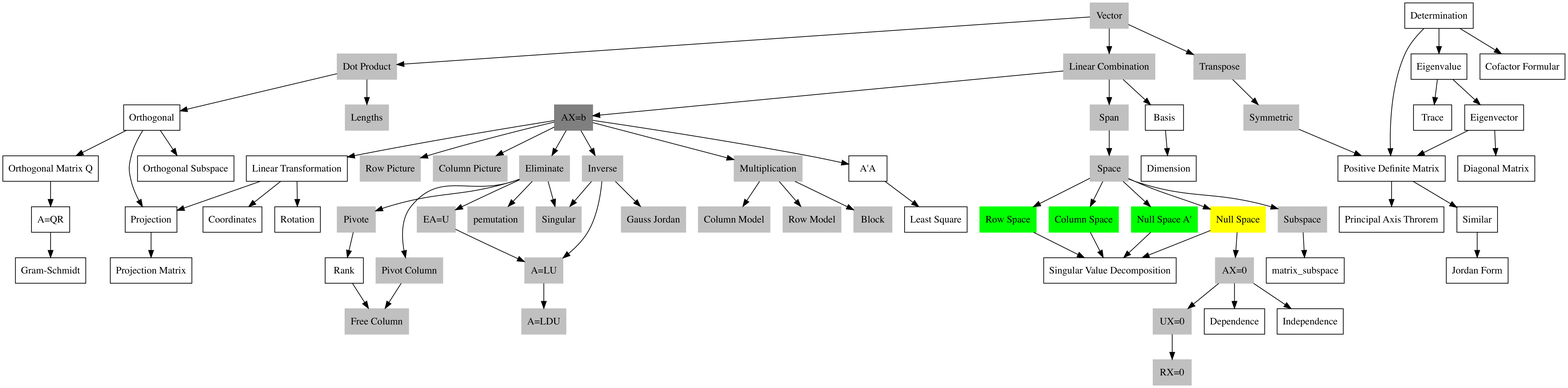
This is LinearAlgebra/LinearAlgebra.png from Tony-Tan/MachineLearningMath, a Graphviz export, as it was before one commit. Its source is kept beside it as LinearAlgebra/LinearAlgebra.dot.
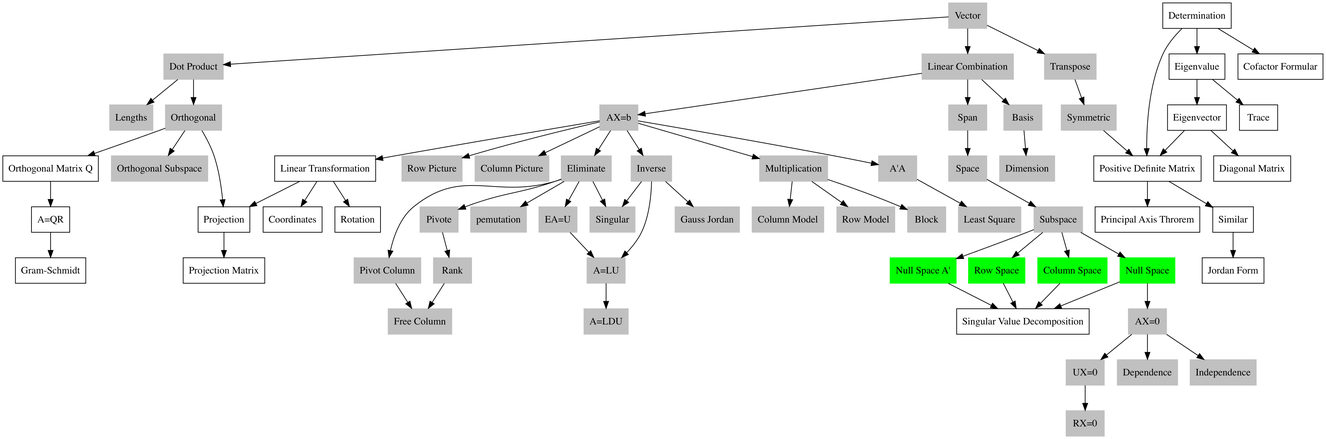
The same diagram one commit later.

The edit, as a diff of the source:
```diff
@@ -24,39 +24,41 @@
 	space[label="Space",style=filled,color=gray];
 	subspace[label="Subspace",style=filled,color=gray];
 
-	rank_[label="Rank"];
+	rank_[label="Rank",style=filled,color=gray];
 	pivot_column[label="Pivot Column",style=filled,color=gray];
 	free_column[label="Free Column",style=filled,color=gray];
 	ax_equ_0[label="AX=0",style=filled,color=gray];
 	ux_equ_0[label="UX=0",style=filled,color=gray];
 	rx_equ_0[label="RX=0",style=filled,color=gray];
-	ax_equ_b[label="AX=b",style=filled,color=grey50];
-	dependence[label="Dependence"];
-	independence[label="Independence"];
+	ax_equ_b[label="AX=b",style=filled,color=gray];
+	dependence[label="Dependence",style=filled,color=gray];
+	independence[label="Independence",style=filled,color=gray];
 	span[label="Span",style=filled,color=gray];
-	basis[label="Basis"];
-	dimension[label="Dimension"];
+	basis[label="Basis",style=filled,color=gray];
+	dimension[label="Dimension",style=filled,color=gray];
+	row_space[label="Row Space",style=filled,color=green];
+	column_space[label="Column Space",style=filled,color=green];
+	null_space[label="Null Space",style=filled,color=green];
+	null_space_a_t[label="Null Space A\'",style=filled,color=green];
+	subspace->row_space;
+	subspace->null_space_a_t;
+	subspace->column_space;
+	subspace->null_space;
+	subgraph matrix_sub_space{
+		label="Matrix Subspace"
+		color=green;
+		row_space;column_space;null_space;null_space_a_t;
+	}
 
-	subgraph matrix_sub_space{
-		node[shape=box,style=filled,color=green]
-		color=red;
-		row_space[label="Row Space"];
-		column_space[label="Column Space"];
-		null_space[label="Null Space",style=filled,color=yellow];
-		null_space_a_t[label="Null Space A\'"];
-		space->row_space;
-		space->null_space_a_t;
-		space->column_space;
-		space->null_space;
-	}
+
 	vector[label="Vector",style=filled,color=gray];
-	orthogonal[label="Orthogonal"];
-	orthogonal_subspace[label="Orthogonal Subspace"];
+	orthogonal[label="Orthogonal",style=filled,color=gray];
+	orthogonal_subspace[label="Orthogonal Subspace",style=filled,color=gray];
 	dot_product[label="Dot Product",style=filled,color=gray];
 	projection[label="Projection"];
 	projection_matrix[label="Projection Matrix"];
-	least_square[label="Least Square"];
-	a_t_a[label="A\'A"];
+	least_square[label="Least Square",style=filled,color=gray];
+	a_t_a[label="A\'A",style=filled,color=gray];
 	orthogonal_matrix_q[label="Orthogonal Matrix Q"];
 	a_equ_q_r[label="A=QR"];
 	gram_schmidt[label="Gram-Schmidt"];
@@ -112,11 +114,6 @@
 	linear_combination->basis->dimension
 	linear_combination->ax_equ_b;
 	span->space;
-	subspace->matrix_subspace;
-
-
-
-
 	vector->dot_product->orthogonal->orthogonal_subspace;
 
 	orthogonal->projection->projection_matrix;
```
